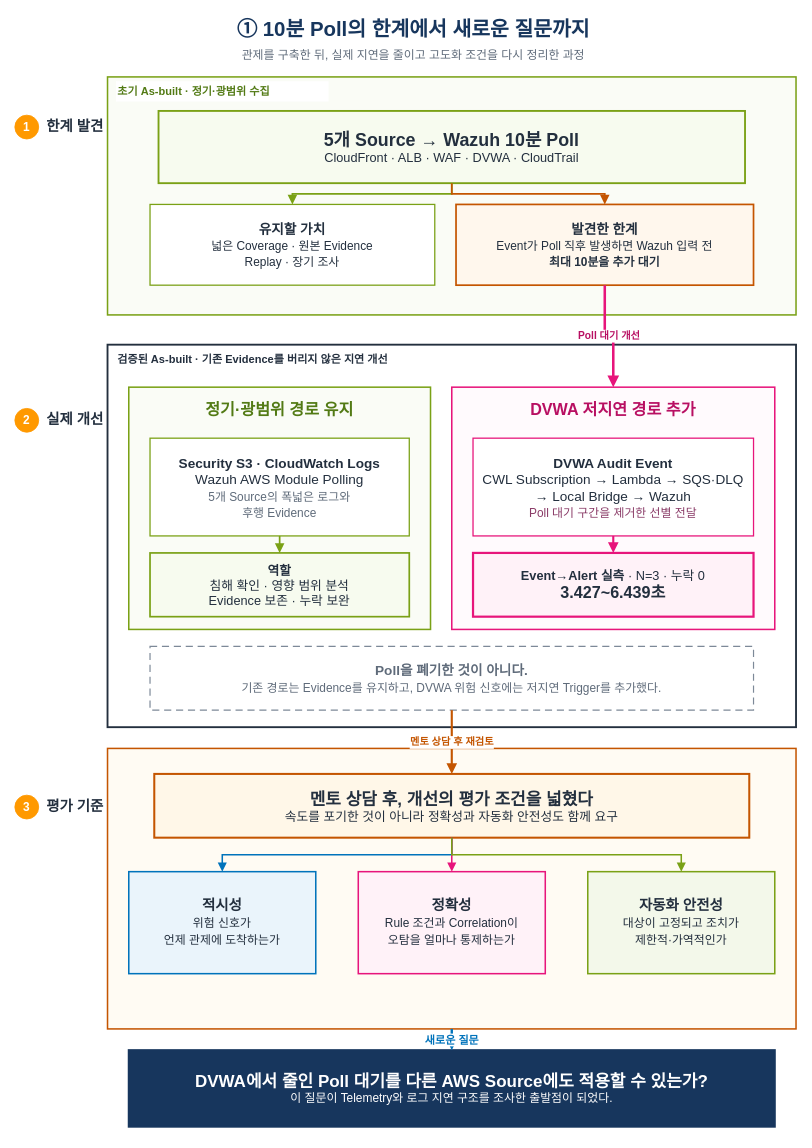
Before: page "1_문제·개선·새 질문" (1 of 2) of 20_팀 프로젝트/3차 프로젝트/보고서/7.0 관제 고도화 과정.drawio in Unoh03/Obsi3, a draw.io diagram. Source tidied: cells renumbered, new cells numbered last; positions are measured from the earlier drawing's top-left corner, leaving out a move shared by most shapes. Both pictures are drawn from the tidied source at 85%, with x=0, y=0 at pixel (14, 14).
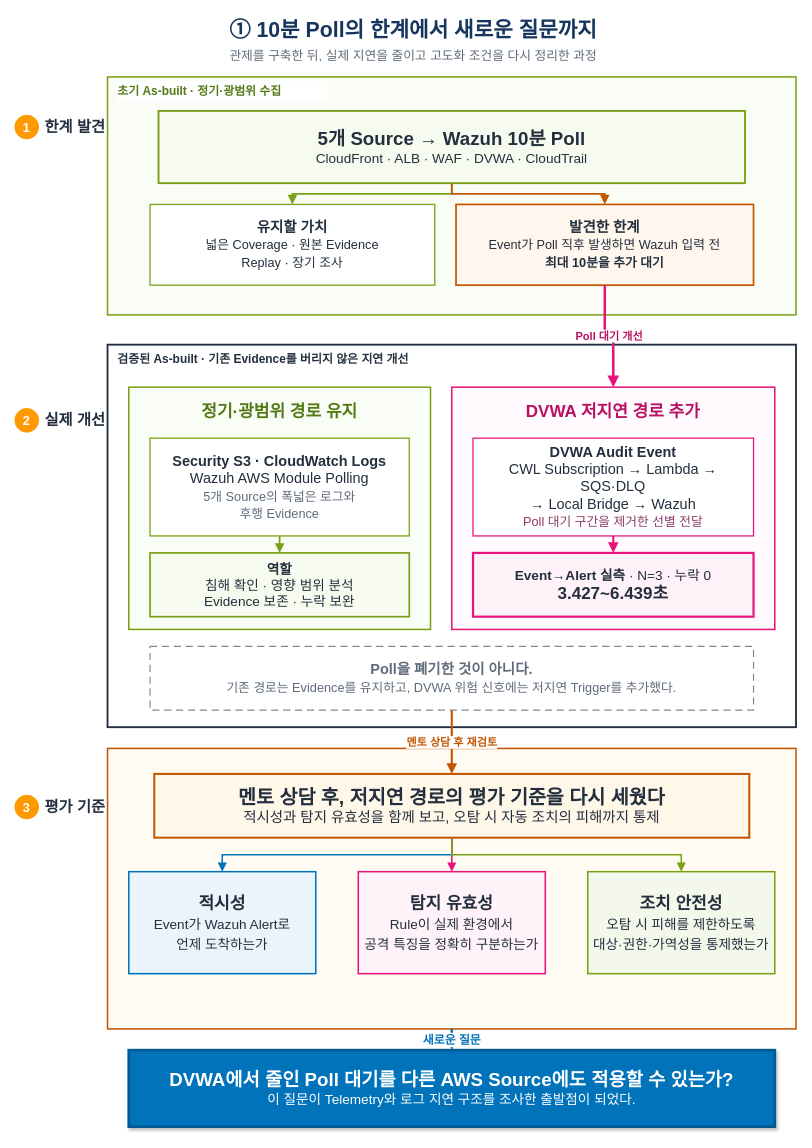
Above is the later version.

The change refers to these unchanged cells:
```xml
<mxCell id="19" style="rounded=0;whiteSpace=wrap;html=1;fillColor=#FFF4FA;fillOpacity=45;strokeColor=#E7157B;strokeWidth=1.8;" parent="1" vertex="1">
  <mxGeometry x="514" y="438" width="380" height="285" as="geometry" />
</mxCell>
<mxCell id="26" style="rounded=0;whiteSpace=wrap;html=1;fillColor=#FFF7E8;fillOpacity=50;strokeColor=#C45500;strokeWidth=1.8;" parent="1" vertex="1">
  <mxGeometry x="109" y="863" width="810" height="330" as="geometry" />
</mxCell>
```

What changed in the source:
```diff
@@
-    <mxCell id="2" value="① 10분 Poll의 한계에서 새로운 질문까지" style="html=1;whiteSpace=wrap;strokeColor=none;fillColor=none;align=center;verticalAlign=middle;fontColor=#17365D;fontSize=24;fontStyle=1;" parent="1" vertex="1">
+    <mxCell id="2" value="① 10분 Poll의 한계에서 새로운 질문까지" style="html=1;whiteSpace=wrap;strokeColor=none;fillColor=none;align=center;verticalAlign=middle;fontColor=#17365D;fontSize=25;fontStyle=1;" parent="1" vertex="1">
       <mxGeometry x="79" width="780" height="34" as="geometry" />
     </mxCell>
-    <mxCell id="3" value="관제를 구축한 뒤, 실제 지연을 줄이고 고도화 조건을 다시 정리한 과정" style="html=1;whiteSpace=wrap;strokeColor=none;fillColor=none;align=center;verticalAlign=middle;fontColor=#5F6B7A;fontSize=14;" parent="1" vertex="1">
+    <mxCell id="3" value="관제를 구축한 뒤, 실제 지연을 줄이고 고도화 조건을 다시 정리한 과정" style="html=1;whiteSpace=wrap;strokeColor=none;fillColor=none;align=center;verticalAlign=middle;fontColor=#5F6B7A;fontSize=15;" parent="1" vertex="1">
       <mxGeometry x="109" y="36" width="720" height="22" as="geometry" />
     </mxCell>
-    <mxCell id="4" value="1" style="ellipse;whiteSpace=wrap;html=1;fillColor=#FF9900;strokeColor=#FF9900;fontColor=#FFFFFF;fontSize=14;fontStyle=1;align=center;verticalAlign=middle;" parent="1" vertex="1">
+    <mxCell id="4" value="1" style="ellipse;whiteSpace=wrap;html=1;fillColor=#FF9900;strokeColor=#FF9900;fontColor=#FFFFFF;fontSize=15;fontStyle=1;align=center;verticalAlign=middle;" parent="1" vertex="1">
       <mxGeometry y="118" width="28" height="28" as="geometry" />
     </mxCell>
-    <mxCell id="5" value="&lt;font style=&quot;font-size:17px;&quot;&gt;&lt;b&gt;한계 발견&lt;/b&gt;&lt;/font&gt;" style="html=1;whiteSpace=wrap;strokeColor=none;fillColor=none;align=center;verticalAlign=middle;fontColor=#232F3E;fontSize=12;" parent="1" vertex="1">
+    <mxCell id="5" value="&lt;font style=&quot;font-size:18px;&quot;&gt;&lt;b&gt;한계 발견&lt;/b&gt;&lt;/font&gt;" style="html=1;whiteSpace=wrap;strokeColor=none;fillColor=none;align=center;verticalAlign=middle;fontColor=#232F3E;fontSize=13;" parent="1" vertex="1">
       <mxGeometry x="31" y="116" width="80" height="32" as="geometry" />
     </mxCell>
@@
-    <mxCell id="7" value="초기 As-built · 정기·광범위 수집" style="html=1;whiteSpace=wrap;strokeColor=none;fillColor=#FFFFFF;align=left;verticalAlign=middle;fontColor=#527A14;fontSize=13;fontStyle=1;" parent="1" vertex="1">
+    <mxCell id="7" value="초기 As-built · 정기·광범위 수집" style="html=1;whiteSpace=wrap;strokeColor=none;fillColor=#FFFFFF;align=left;verticalAlign=middle;fontColor=#527A14;fontSize=14;fontStyle=1;" parent="1" vertex="1">
       <mxGeometry x="119" y="78" width="250" height="24" as="geometry" />
     </mxCell>
-    <mxCell id="8" value="&lt;font style=&quot;font-size:21px;&quot;&gt;&lt;b&gt;5개 Source → Wazuh 10분 Poll&lt;/b&gt;&lt;/font&gt;&lt;br&gt;&lt;font style=&quot;font-size:15px;&quot;&gt;CloudFront · ALB · WAF · DVWA · CloudTrail&lt;/font&gt;" style="rounded=0;whiteSpace=wrap;html=1;fillColor=#F7FBEF;strokeColor=#7AA116;strokeWidth=2.2;fontColor=#232F3E;align=center;verticalAlign=middle;spacing=6;" parent="1" vertex="1">
+    <mxCell id="8" value="&lt;font style=&quot;font-size:22px;&quot;&gt;&lt;b&gt;5개 Source → Wazuh 10분 Poll&lt;/b&gt;&lt;/font&gt;&lt;br&gt;&lt;font style=&quot;font-size:16px;&quot;&gt;CloudFront · ALB · WAF · DVWA · CloudTrail&lt;/font&gt;" style="rounded=0;whiteSpace=wrap;html=1;fillColor=#F7FBEF;strokeColor=#7AA116;strokeWidth=2.2;fontColor=#232F3E;align=center;verticalAlign=middle;spacing=6;" parent="1" vertex="1">
       <mxGeometry x="169" y="113" width="690" height="85" as="geometry" />
     </mxCell>
-    <mxCell id="9" value="&lt;b&gt;유지할 가치&lt;/b&gt;&lt;br&gt;&lt;font style=&quot;font-size:14px;&quot;&gt;넓은 Coverage · 원본 Evidence&lt;br&gt;Replay · 장기 조사&lt;/font&gt;" style="rounded=0;whiteSpace=wrap;html=1;fillColor=#FFFFFF;strokeColor=#7AA116;strokeWidth=1.5;fontColor=#232F3E;fontSize=16;align=center;verticalAlign=middle;spacing=6;" parent="1" vertex="1">
+    <mxCell id="9" value="&lt;b&gt;유지할 가치&lt;/b&gt;&lt;br&gt;&lt;font style=&quot;font-size:15px;&quot;&gt;넓은 Coverage · 원본 Evidence&lt;br&gt;Replay · 장기 조사&lt;/font&gt;" style="rounded=0;whiteSpace=wrap;html=1;fillColor=#FFFFFF;strokeColor=#7AA116;strokeWidth=1.5;fontColor=#232F3E;fontSize=17;align=center;verticalAlign=middle;spacing=6;" parent="1" vertex="1">
       <mxGeometry x="159" y="223" width="335" height="95" as="geometry" />
     </mxCell>
-    <mxCell id="10" value="&lt;b&gt;발견한 한계&lt;/b&gt;&lt;br&gt;&lt;font style=&quot;font-size:14px;&quot;&gt;Event가 Poll 직후 발생하면 Wazuh 입력 전&lt;br&gt;&lt;b&gt;최대 10분을 추가 대기&lt;/b&gt;&lt;/font&gt;" style="rounded=0;whiteSpace=wrap;html=1;fillColor=#FFF7ED;strokeColor=#C45500;strokeWidth=2;fontColor=#232F3E;fontSize=16;align=center;verticalAlign=middle;spacing=6;" parent="1" vertex="1">
+    <mxCell id="10" value="&lt;b&gt;발견한 한계&lt;/b&gt;&lt;br&gt;&lt;font style=&quot;font-size:15px;&quot;&gt;Event가 Poll 직후 발생하면 Wazuh 입력 전&lt;br&gt;&lt;b&gt;최대 10분을 추가 대기&lt;/b&gt;&lt;/font&gt;" style="rounded=0;whiteSpace=wrap;html=1;fillColor=#FFF7ED;strokeColor=#C45500;strokeWidth=2;fontColor=#232F3E;fontSize=17;align=center;verticalAlign=middle;spacing=6;" parent="1" vertex="1">
       <mxGeometry x="519" y="223" width="350" height="95" as="geometry" />
     </mxCell>
-    <mxCell id="11" value="2" style="ellipse;whiteSpace=wrap;html=1;fillColor=#FF9900;strokeColor=#FF9900;fontColor=#FFFFFF;fontSize=14;fontStyle=1;align=center;verticalAlign=middle;" parent="1" vertex="1">
+    <mxCell id="11" value="2" style="ellipse;whiteSpace=wrap;html=1;fillColor=#FF9900;strokeColor=#FF9900;fontColor=#FFFFFF;fontSize=15;fontStyle=1;align=center;verticalAlign=middle;" parent="1" vertex="1">
       <mxGeometry y="463" width="28" height="28" as="geometry" />
     </mxCell>
-    <mxCell id="12" value="&lt;font style=&quot;font-size:17px;&quot;&gt;&lt;b&gt;실제 개선&lt;/b&gt;&lt;/font&gt;" style="html=1;whiteSpace=wrap;strokeColor=none;fillColor=none;align=center;verticalAlign=middle;fontColor=#232F3E;fontSize=12;" parent="1" vertex="1">
+    <mxCell id="12" value="&lt;font style=&quot;font-size:18px;&quot;&gt;&lt;b&gt;실제 개선&lt;/b&gt;&lt;/font&gt;" style="html=1;whiteSpace=wrap;strokeColor=none;fillColor=none;align=center;verticalAlign=middle;fontColor=#232F3E;fontSize=13;" parent="1" vertex="1">
       <mxGeometry x="31" y="461" width="80" height="32" as="geometry" />
     </mxCell>
@@
-    <mxCell id="14" value="검증된 As-built · 기존 Evidence를 버리지 않은 지연 개선" style="html=1;whiteSpace=wrap;strokeColor=none;fillColor=#FFFFFF;align=left;verticalAlign=middle;fontColor=#232F3E;fontSize=13;fontStyle=1;" parent="1" vertex="1">
+    <mxCell id="14" value="검증된 As-built · 기존 Evidence를 버리지 않은 지연 개선" style="html=1;whiteSpace=wrap;strokeColor=none;fillColor=#FFFFFF;align=left;verticalAlign=middle;fontColor=#232F3E;fontSize=14;fontStyle=1;" parent="1" vertex="1">
       <mxGeometry x="119" y="393" width="430" height="24" as="geometry" />
     </mxCell>
@@
-    <mxCell id="16" value="정기·광범위 경로 유지" style="html=1;whiteSpace=wrap;strokeColor=none;fillColor=none;align=center;verticalAlign=middle;fontColor=#527A14;fontSize=19;fontStyle=1;" parent="1" vertex="1">
+    <mxCell id="16" value="정기·광범위 경로 유지" style="html=1;whiteSpace=wrap;strokeColor=none;fillColor=none;align=center;verticalAlign=middle;fontColor=#527A14;fontSize=20;fontStyle=1;" parent="1" vertex="1">
       <mxGeometry x="159" y="448" width="305" height="34" as="geometry" />
     </mxCell>
-    <mxCell id="17" value="&lt;b&gt;Security S3 · CloudWatch Logs&lt;/b&gt;&lt;br&gt;Wazuh AWS Module Polling&lt;br&gt;&lt;font style=&quot;font-size:14px;color:#5F6B7A;&quot;&gt;5개 Source의 폭넓은 로그와&lt;br&gt;후행 Evidence&lt;/font&gt;" style="rounded=0;whiteSpace=wrap;html=1;fillColor=#FFFFFF;strokeColor=#7AA116;strokeWidth=1.5;fontColor=#232F3E;fontSize=16;align=center;verticalAlign=middle;spacing=6;" parent="1" vertex="1">
+    <mxCell id="17" value="&lt;b&gt;Security S3 · CloudWatch Logs&lt;/b&gt;&lt;br&gt;Wazuh AWS Module Polling&lt;br&gt;&lt;font style=&quot;font-size:15px;color:#5F6B7A;&quot;&gt;5개 Source의 폭넓은 로그와&lt;br&gt;후행 Evidence&lt;/font&gt;" style="rounded=0;whiteSpace=wrap;html=1;fillColor=#FFFFFF;strokeColor=#7AA116;strokeWidth=1.5;fontColor=#232F3E;fontSize=17;align=center;verticalAlign=middle;spacing=6;" parent="1" vertex="1">
       <mxGeometry x="159" y="498" width="305" height="115" as="geometry" />
     </mxCell>
-    <mxCell id="18" value="&lt;b&gt;역할&lt;/b&gt;&lt;br&gt;침해 확인 · 영향 범위 분석&lt;br&gt;Evidence 보존 · 누락 보완" style="rounded=0;whiteSpace=wrap;html=1;fillColor=#F7FBEF;strokeColor=#7AA116;strokeWidth=2;fontColor=#232F3E;fontSize=15;align=center;verticalAlign=middle;spacing=5;" parent="1" vertex="1">
+    <mxCell id="18" value="&lt;b&gt;역할&lt;/b&gt;&lt;br&gt;침해 확인 · 영향 범위 분석&lt;br&gt;Evidence 보존 · 누락 보완" style="rounded=0;whiteSpace=wrap;html=1;fillColor=#F7FBEF;strokeColor=#7AA116;strokeWidth=2;fontColor=#232F3E;fontSize=16;align=center;verticalAlign=middle;spacing=5;" parent="1" vertex="1">
       <mxGeometry x="159" y="633" width="305" height="75" as="geometry" />
     </mxCell>
@@
-    <mxCell id="20" value="DVWA 저지연 경로 추가" style="html=1;whiteSpace=wrap;strokeColor=none;fillColor=none;align=center;verticalAlign=middle;fontColor=#B80F62;fontSize=19;fontStyle=1;" parent="1" vertex="1">
+    <mxCell id="20" value="DVWA 저지연 경로 추가" style="html=1;whiteSpace=wrap;strokeColor=none;fillColor=none;align=center;verticalAlign=middle;fontColor=#B80F62;fontSize=20;fontStyle=1;" parent="1" vertex="1">
       <mxGeometry x="539" y="448" width="330" height="34" as="geometry" />
     </mxCell>
-    <mxCell id="21" value="&lt;b&gt;DVWA Audit Event&lt;/b&gt;&lt;br&gt;CWL Subscription → Lambda → SQS·DLQ&lt;br&gt;→ Local Bridge → Wazuh&lt;br&gt;&lt;font style=&quot;font-size:14px;color:#8A3B67;&quot;&gt;Poll 대기 구간을 제거한 선별 전달&lt;/font&gt;" style="rounded=0;whiteSpace=wrap;html=1;fillColor=#FFFFFF;strokeColor=#E7157B;strokeWidth=1.5;fontColor=#232F3E;fontSize=16;align=center;verticalAlign=middle;spacing=6;" parent="1" vertex="1">
+    <mxCell id="21" value="&lt;b&gt;DVWA Audit Event&lt;/b&gt;&lt;br&gt;CWL Subscription → Lambda → SQS·DLQ&lt;br&gt;→ Local Bridge → Wazuh&lt;br&gt;&lt;font style=&quot;font-size:15px;color:#8A3B67;&quot;&gt;Poll 대기 구간을 제거한 선별 전달&lt;/font&gt;" style="rounded=0;whiteSpace=wrap;html=1;fillColor=#FFFFFF;strokeColor=#E7157B;strokeWidth=1.5;fontColor=#232F3E;fontSize=17;align=center;verticalAlign=middle;spacing=6;" parent="1" vertex="1">
       <mxGeometry x="539" y="498" width="330" height="115" as="geometry" />
     </mxCell>
-    <mxCell id="22" value="&lt;b&gt;Event→Alert 실측&lt;/b&gt; · N=3 · 누락 0&lt;br&gt;&lt;font style=&quot;font-size:19px;&quot;&gt;&lt;b&gt;3.427~6.439초&lt;/b&gt;&lt;/font&gt;" style="rounded=0;whiteSpace=wrap;html=1;fillColor=#FFF2F8;strokeColor=#E7157B;strokeWidth=2.6;fontColor=#232F3E;fontSize=15;align=center;verticalAlign=middle;spacing=5;" parent="1" vertex="1">
+    <mxCell id="22" value="&lt;b&gt;Event→Alert 실측&lt;/b&gt; · N=3 · 누락 0&lt;br&gt;&lt;font style=&quot;font-size:20px;&quot;&gt;&lt;b&gt;3.427~6.439초&lt;/b&gt;&lt;/font&gt;" style="rounded=0;whiteSpace=wrap;html=1;fillColor=#FFF2F8;strokeColor=#E7157B;strokeWidth=2.6;fontColor=#232F3E;fontSize=16;align=center;verticalAlign=middle;spacing=5;" parent="1" vertex="1">
       <mxGeometry x="539" y="633" width="330" height="75" as="geometry" />
     </mxCell>
-    <mxCell id="23" value="&lt;b&gt;Poll을 폐기한 것이 아니다.&lt;/b&gt;&lt;br&gt;&lt;font style=&quot;font-size:14px;&quot;&gt;기존 경로는 Evidence를 유지하고, DVWA 위험 신호에는 저지연 Trigger를 추가했다.&lt;/font&gt;" style="rounded=0;whiteSpace=wrap;html=1;fillColor=#FFFFFF;strokeColor=#7D8998;strokeWidth=1.4;dashed=1;dashPattern=6 4;fontColor=#5F6B7A;fontSize=16;align=center;verticalAlign=middle;spacing=6;" parent="1" vertex="1">
+    <mxCell id="23" value="&lt;b&gt;Poll을 폐기한 것이 아니다.&lt;/b&gt;&lt;br&gt;&lt;font style=&quot;font-size:15px;&quot;&gt;기존 경로는 Evidence를 유지하고, DVWA 위험 신호에는 저지연 Trigger를 추가했다.&lt;/font&gt;" style="rounded=0;whiteSpace=wrap;html=1;fillColor=#FFFFFF;strokeColor=#7D8998;strokeWidth=1.4;dashed=1;dashPattern=6 4;fontColor=#5F6B7A;fontSize=17;align=center;verticalAlign=middle;spacing=6;" parent="1" vertex="1">
       <mxGeometry x="159" y="743" width="710" height="75" as="geometry" />
     </mxCell>
-    <mxCell id="24" value="3" style="ellipse;whiteSpace=wrap;html=1;fillColor=#FF9900;strokeColor=#FF9900;fontColor=#FFFFFF;fontSize=14;fontStyle=1;align=center;verticalAlign=middle;" parent="1" vertex="1">
+    <mxCell id="24" value="3" style="ellipse;whiteSpace=wrap;html=1;fillColor=#FF9900;strokeColor=#FF9900;fontColor=#FFFFFF;fontSize=15;fontStyle=1;align=center;verticalAlign=middle;" parent="1" vertex="1">
       <mxGeometry y="918" width="28" height="28" as="geometry" />
     </mxCell>
-    <mxCell id="25" value="&lt;font style=&quot;font-size:17px;&quot;&gt;&lt;b&gt;평가 기준&lt;/b&gt;&lt;/font&gt;" style="html=1;whiteSpace=wrap;strokeColor=none;fillColor=none;align=center;verticalAlign=middle;fontColor=#232F3E;fontSize=12;" parent="1" vertex="1">
+    <mxCell id="25" value="&lt;font style=&quot;font-size:18px;&quot;&gt;&lt;b&gt;평가 기준&lt;/b&gt;&lt;/font&gt;" style="html=1;whiteSpace=wrap;strokeColor=none;fillColor=none;align=center;verticalAlign=middle;fontColor=#232F3E;fontSize=13;" parent="1" vertex="1">
       <mxGeometry x="29" y="916" width="84" height="32" as="geometry" />
     </mxCell>
@@
-    <mxCell id="27" value="&lt;font style=&quot;font-size:20px;&quot;&gt;&lt;b&gt;멘토 상담 후, 개선의 평가 조건을 넓혔다&lt;/b&gt;&lt;/font&gt;&lt;br&gt;&lt;font style=&quot;font-size:15px;&quot;&gt;속도를 포기한 것이 아니라 정확성과 자동화 안전성도 함께 요구&lt;/font&gt;" style="rounded=0;whiteSpace=wrap;html=1;fillColor=#FFF7E8;strokeColor=#C45500;strokeWidth=2.4;fontColor=#232F3E;align=center;verticalAlign=middle;spacing=6;" parent="1" vertex="1">
+    <mxCell id="27" value="&lt;font style=&quot;font-size:23px;&quot;&gt;&lt;b&gt;멘토 상담 후, 저지연 경로의 평가 기준을 다시 세웠다&lt;/b&gt;&lt;/font&gt;&lt;br&gt;&lt;font style=&quot;font-size:17px;&quot;&gt;적시성과 탐지 유효성을 함께 보고, 오탐 시 자동 조치의 피해까지 통제&lt;/font&gt;" style="rounded=0;whiteSpace=wrap;html=1;fillColor=#FFF7E8;strokeColor=#C45500;strokeWidth=2.4;fontColor=#232F3E;align=center;verticalAlign=middle;spacing=6;" parent="1" vertex="1">
       <mxGeometry x="164" y="893" width="700" height="75" as="geometry" />
     </mxCell>
-    <mxCell id="28" value="&lt;b&gt;적시성&lt;/b&gt;&lt;br&gt;&lt;font style=&quot;font-size:14px;&quot;&gt;위험 신호가&lt;br&gt;언제 관제에 도착하는가&lt;/font&gt;" style="rounded=0;whiteSpace=wrap;html=1;fillColor=#EAF4FB;strokeColor=#0073BB;strokeWidth=1.8;fontColor=#232F3E;fontSize=17;align=center;verticalAlign=middle;spacing=5;" parent="1" vertex="1">
+    <mxCell id="28" value="&lt;b&gt;적시성&lt;/b&gt;&lt;br&gt;&lt;font style=&quot;font-size:16px;&quot;&gt;Event가 Wazuh Alert로&lt;br&gt;언제 도착하는가&lt;/font&gt;" style="rounded=0;whiteSpace=wrap;html=1;fillColor=#EAF4FB;strokeColor=#0073BB;strokeWidth=1.8;fontColor=#232F3E;fontSize=20;align=center;verticalAlign=middle;spacing=5;" parent="1" vertex="1">
       <mxGeometry x="134" y="1008" width="220" height="120" as="geometry" />
     </mxCell>
-    <mxCell id="29" value="&lt;b&gt;정확성&lt;/b&gt;&lt;br&gt;&lt;font style=&quot;font-size:14px;&quot;&gt;Rule 조건과 Correlation이&lt;br&gt;오탐을 얼마나 통제하는가&lt;/font&gt;" style="rounded=0;whiteSpace=wrap;html=1;fillColor=#FFF2F8;strokeColor=#E7157B;strokeWidth=1.8;fontColor=#232F3E;fontSize=17;align=center;verticalAlign=middle;spacing=5;" parent="1" vertex="1">
+    <mxCell id="29" value="&lt;b&gt;탐지 유효성&lt;/b&gt;&lt;br&gt;&lt;font style=&quot;font-size:16px;&quot;&gt;Rule이 실제 환경에서&lt;br&gt;공격 특징을 정확히 구분하는가&lt;/font&gt;" style="rounded=0;whiteSpace=wrap;html=1;fillColor=#FFF2F8;strokeColor=#E7157B;strokeWidth=1.8;fontColor=#232F3E;fontSize=20;align=center;verticalAlign=middle;spacing=5;" parent="1" vertex="1">
       <mxGeometry x="404" y="1008" width="220" height="120" as="geometry" />
     </mxCell>
-    <mxCell id="30" value="&lt;b&gt;자동화 안전성&lt;/b&gt;&lt;br&gt;&lt;font style=&quot;font-size:14px;&quot;&gt;대상이 고정되고 조치가&lt;br&gt;제한적·가역적인가&lt;/font&gt;" style="rounded=0;whiteSpace=wrap;html=1;fillColor=#F3F8EA;strokeColor=#7AA116;strokeWidth=1.8;fontColor=#232F3E;fontSize=17;align=center;verticalAlign=middle;spacing=5;" parent="1" vertex="1">
+    <mxCell id="30" value="&lt;b&gt;조치 안전성&lt;/b&gt;&lt;br&gt;&lt;font style=&quot;font-size:16px;&quot;&gt;오탐 시 피해를 제한하도록&lt;br&gt;대상·권한·가역성을 통제했는가&lt;/font&gt;" style="rounded=0;whiteSpace=wrap;html=1;fillColor=#F3F8EA;strokeColor=#7AA116;strokeWidth=1.8;fontColor=#232F3E;fontSize=20;align=center;verticalAlign=middle;spacing=5;" parent="1" vertex="1">
       <mxGeometry x="674" y="1008" width="220" height="120" as="geometry" />
     </mxCell>
-    <mxCell id="31" value="&lt;font style=&quot;font-size:20px;&quot;&gt;&lt;b&gt;DVWA에서 줄인 Poll 대기를 다른 AWS Source에도 적용할 수 있는가?&lt;/b&gt;&lt;/font&gt;&lt;br&gt;&lt;font style=&quot;font-size:14px;&quot;&gt;이 질문이 Telemetry와 로그 지연 구조를 조사한 출발점이 되었다.&lt;/font&gt;" style="rounded=0;whiteSpace=wrap;html=1;fillColor=#17365D;strokeColor=#17365D;strokeWidth=2.4;fontColor=#FFFFFF;align=center;verticalAlign=middle;spacing=7;" parent="1" vertex="1">
+    <mxCell id="31" value="&lt;font style=&quot;font-size:22px;&quot;&gt;&lt;b&gt;DVWA에서 줄인 Poll 대기를 다른 AWS Source에도 적용할 수 있는가?&lt;/b&gt;&lt;/font&gt;&lt;br&gt;&lt;font style=&quot;font-size:16px;&quot;&gt;이 질문이 Telemetry와 로그 지연 구조를 조사한 출발점이 되었다.&lt;/font&gt;" style="rounded=0;whiteSpace=wrap;html=1;fillColor=#0073BB;strokeColor=#005A93;strokeWidth=3.2;fontColor=#FFFFFF;align=center;verticalAlign=middle;spacing=7;shadow=1;" parent="1" vertex="1">
       <mxGeometry x="134" y="1218" width="760" height="90" as="geometry" />
     </mxCell>
@@
-    <mxCell id="34" value="Poll 대기 개선" style="edgeStyle=orthogonalEdgeStyle;rounded=0;html=1;endArrow=block;endFill=1;strokeWidth=3;strokeColor=#E7157B;fontColor=#B80F62;fontSize=12;fontStyle=1;labelBackgroundColor=#FFFFFF;exitX=0.5;exitY=1;entryX=0.5;entryY=0;" parent="1" edge="1" source="10" target="19">
+    <mxCell id="34" value="Poll 대기 개선" style="edgeStyle=orthogonalEdgeStyle;rounded=0;html=1;endArrow=block;endFill=1;strokeWidth=3;strokeColor=#E7157B;fontColor=#B80F62;fontSize=13;fontStyle=1;labelBackgroundColor=#FFFFFF;exitX=0.5;exitY=1;entryX=0.5;entryY=0;" parent="1" edge="1" source="10" target="19">
       <mxGeometry relative="1" as="geometry" />
     </mxCell>
@@
-    <mxCell id="37" value="멘토 상담 후 재검토" style="edgeStyle=orthogonalEdgeStyle;rounded=0;html=1;endArrow=block;endFill=1;strokeWidth=2.5;strokeColor=#C45500;fontColor=#C45500;fontSize=12;fontStyle=1;labelBackgroundColor=#FFFFFF;" parent="1" edge="1" source="23" target="27">
+    <mxCell id="37" value="멘토 상담 후 재검토" style="edgeStyle=orthogonalEdgeStyle;rounded=0;html=1;endArrow=block;endFill=1;strokeWidth=2.5;strokeColor=#C45500;fontColor=#C45500;fontSize=13;fontStyle=1;labelBackgroundColor=#FFFFFF;" parent="1" edge="1" source="23" target="27">
       <mxGeometry relative="1" as="geometry" />
     </mxCell>
@@
-    <mxCell id="41" value="새로운 질문" style="edgeStyle=orthogonalEdgeStyle;rounded=0;html=1;endArrow=block;endFill=1;strokeWidth=2.8;strokeColor=#0073BB;fontColor=#0073BB;fontSize=13;fontStyle=1;labelBackgroundColor=#FFFFFF;exitX=0.5;exitY=1;entryX=0.5;entryY=0;" parent="1" edge="1" source="26" target="31">
+    <mxCell id="41" value="새로운 질문" style="edgeStyle=orthogonalEdgeStyle;rounded=0;html=1;endArrow=block;endFill=1;strokeWidth=2.8;strokeColor=#0073BB;fontColor=#0073BB;fontSize=14;fontStyle=1;labelBackgroundColor=#FFFFFF;exitX=0.5;exitY=1;entryX=0.5;entryY=0;" parent="1" edge="1" source="26" target="31">
       <mxGeometry relative="1" as="geometry" />
     </mxCell>
```
